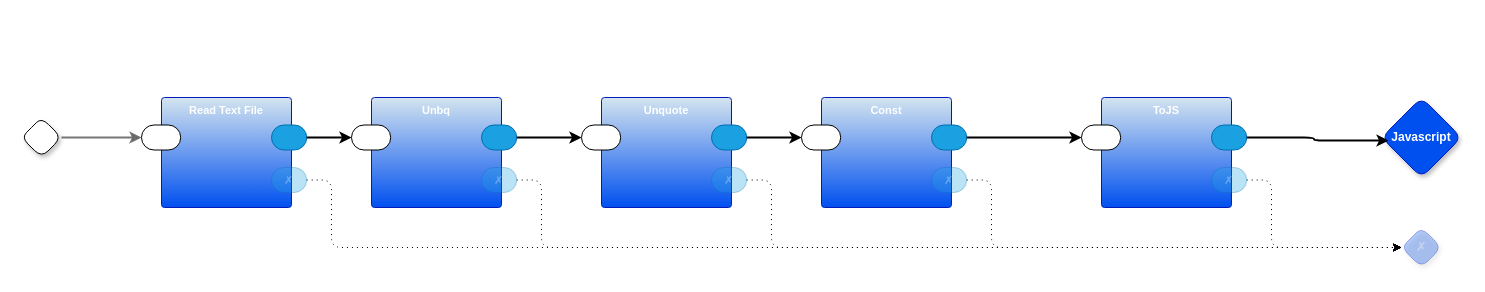
guitarvydas/p6 keeps this draw.io diagram as page "main" (1 of 5) of p6.drawio. Above is the earlier version. Source tidied: cells renumbered, new cells numbered last; positions are measured from the earlier drawing's top-left corner, leaving out a move shared by most shapes. Both pictures are drawn from the tidied source at 100%, with x=0, y=0 at pixel (21, 97).
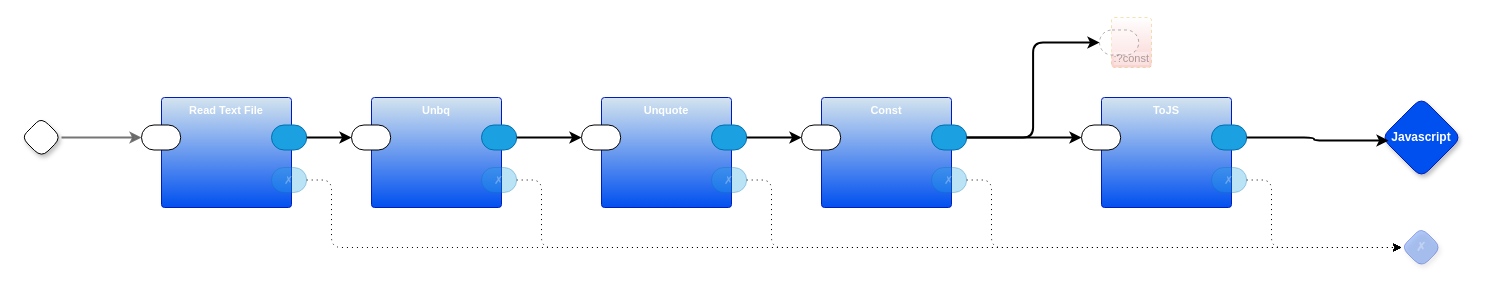
After the change.

Unchanged cells that the change refers to:
```xml
<mxCell id="27" style="rounded=1;whiteSpace=wrap;html=1;sketch=0;points=[[0,0.5,0,0,0],[1,0.5,0,0,0]];fillColor=#1ba1e2;fontColor=#ffffff;strokeColor=#006EAF;arcSize=50;fontFamily=Helvetica;fontSize=11;" parent="24" vertex="1">
  <mxGeometry x="110" y="27.5" width="35.2" height="25" as="geometry" />
</mxCell>
```

What changed in the source:
```diff
@@
+    <mxCell id="36" value=":?const" style="rounded=1;whiteSpace=wrap;html=1;sketch=0;verticalAlign=bottom;arcSize=6;fontStyle=0;absoluteArcSize=1;shadow=0;strokeColor=#d79b00;fillColor=#FFFFFF;fontFamily=Helvetica;fontSize=11;dashed=1;opacity=30;align=right;textOpacity=30;gradientColor=#EA6B66;fontColor=default;labelBackgroundColor=default;" parent="1" vertex="1">
+      <mxGeometry x="1090" y="-80" width="40" height="50" as="geometry" />
+    </mxCell>
+    <mxCell id="37" style="rounded=1;whiteSpace=wrap;html=1;sketch=0;points=[[0,0.5,0,0,0],[1,0.5,0,0,0]];arcSize=50;fontFamily=Helvetica;fontSize=11;fontColor=default;dashed=1;textOpacity=50;opacity=30;fontStyle=0;labelBackgroundColor=default;" parent="36" vertex="1">
+      <mxGeometry x="-12" y="12.5" width="39.2" height="25" as="geometry" />
+    </mxCell>
+    <mxCell id="38" style="edgeStyle=orthogonalEdgeStyle;shape=connector;curved=0;rounded=1;jettySize=auto;html=1;exitX=1;exitY=0.5;exitDx=0;exitDy=0;exitPerimeter=0;strokeColor=default;strokeWidth=2;align=center;verticalAlign=middle;fontFamily=Helvetica;fontSize=11;fontColor=default;labelBackgroundColor=default;endArrow=classic;entryX=0;entryY=0.5;entryDx=0;entryDy=0;entryPerimeter=0;" parent="1" edge="1" source="27" target="37">
+      <mxGeometry relative="1" as="geometry" />
+    </mxCell>
```
